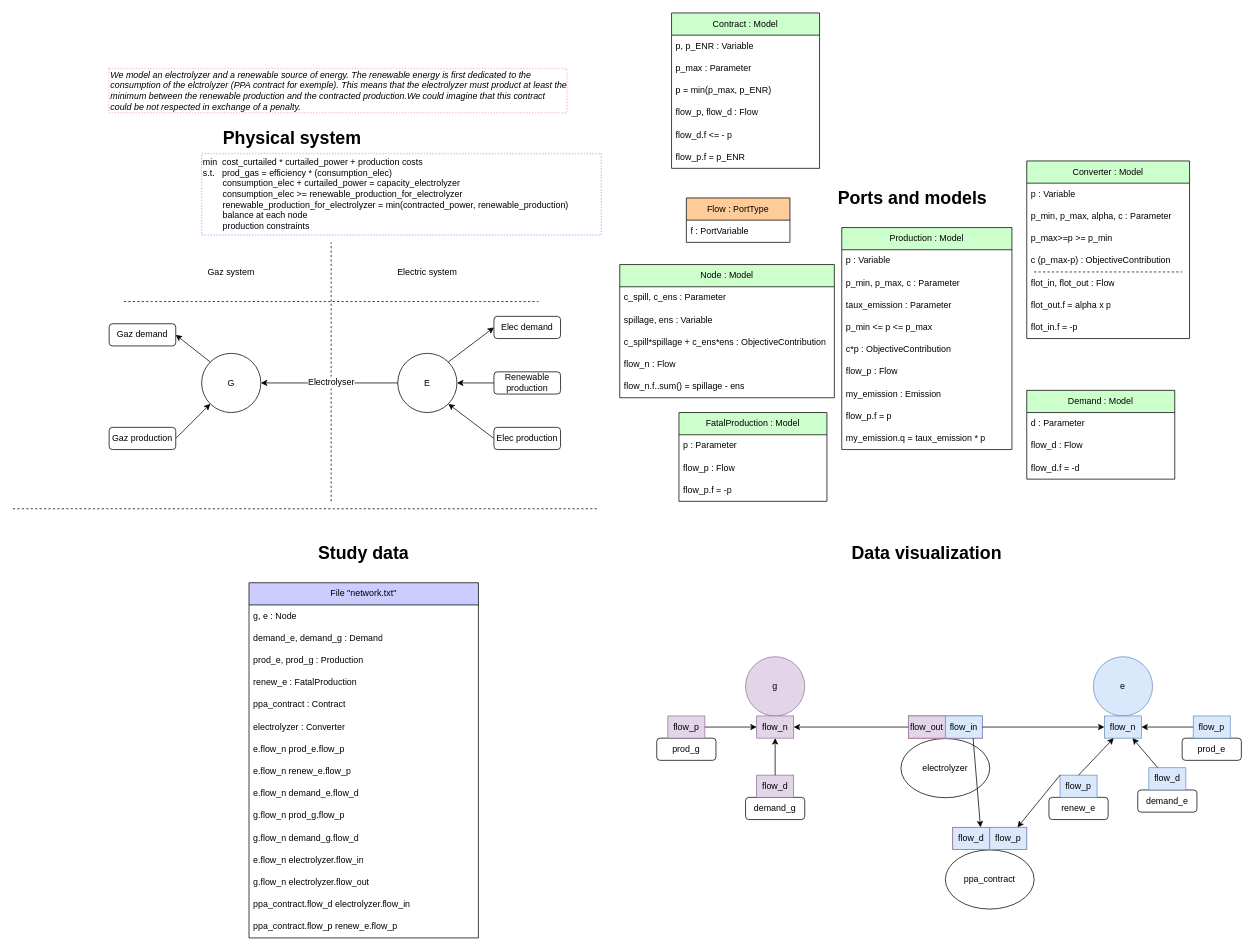
The draw.io diagram page "systems_liked_contract" (1 of 3) of models-design/systems/electrolyzer_subject_to_renawable.drawio in AntaresSimulatorTeam/andromede-modeling-prototype, before the edit. Source tidied: cells renumbered, new cells numbered last; positions are measured from the earlier drawing's top-left corner, leaving out a move shared by most shapes. Both pictures are drawn from the tidied source at 74%, with x=0, y=0 at pixel (13, 13).
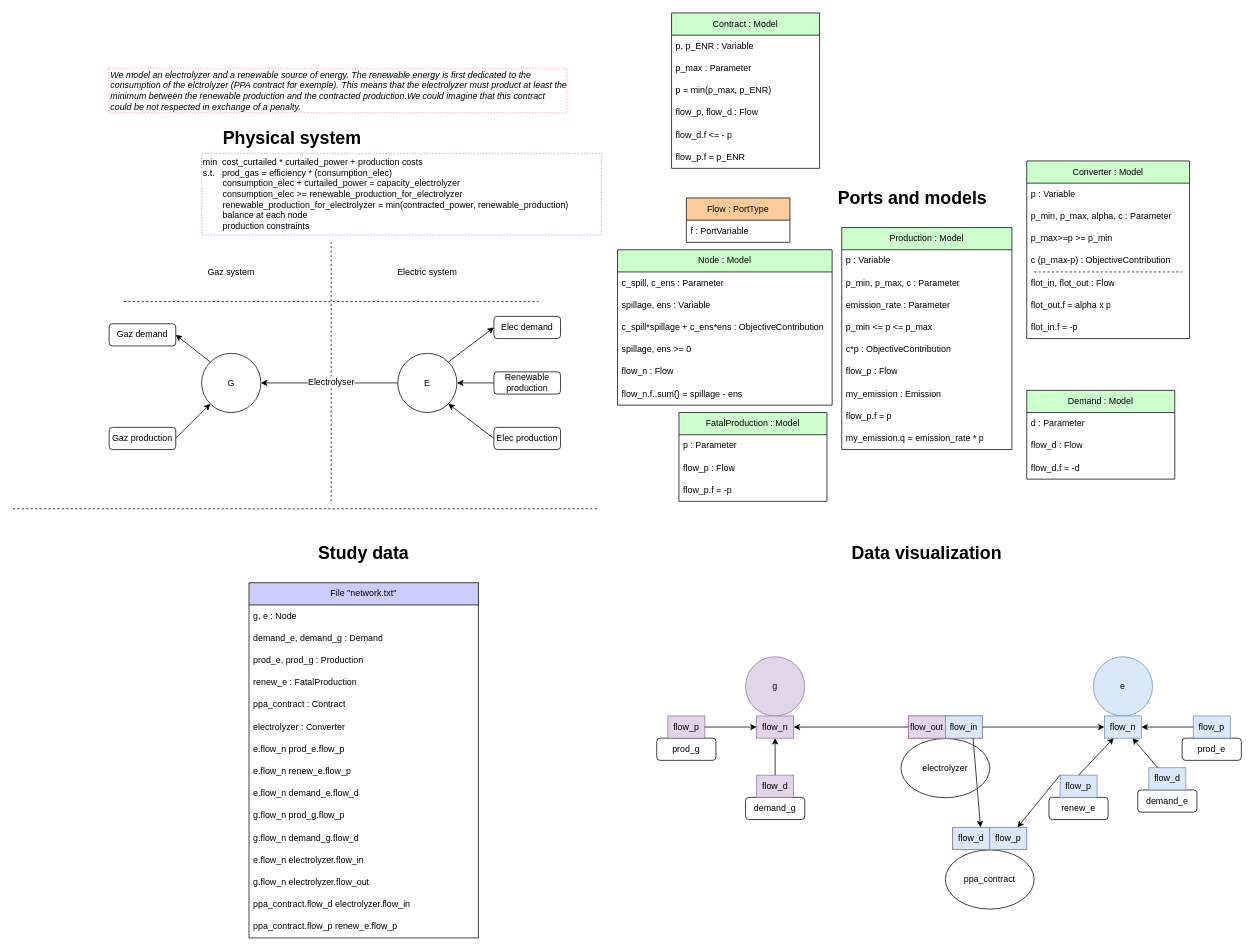
The same page after the edit.

Commit message (it also covers changes not shown here):
Specify ens,spill sign and translate emission rate

The change refers to these unchanged cells:
```xml
<mxCell id="21" style="group;" parent="1" vertex="1">
  <mxGeometry x="880" y="230" width="710" height="460" as="geometry" />
</mxCell>
<mxCell id="100" value="Production : Model" style="swimlane;fontStyle=0;horizontal=1;startSize=30;whiteSpace=wrap;html=1;fillColor=#CCFFCC;fontColor=#000000;" parent="1" vertex="1">
  <mxGeometry x="1120" y="290" width="230" height="300" as="geometry" />
</mxCell>
```

Change to the diagram source:
```diff
@@
     <mxCell id="42" value="Node : Model" style="swimlane;fontStyle=0;horizontal=1;startSize=30;whiteSpace=wrap;html=1;fillColor=#CCFFCC;fontColor=#000000;" parent="21" vertex="1">
-      <mxGeometry x="-60" y="110" width="290" height="180" as="geometry" />
+      <mxGeometry x="-63" y="90" width="290" height="210" as="geometry" />
     </mxCell>
@@
+    <mxCell id="128" value="spillage, ens &amp;gt;= 0" style="text;strokeColor=none;fillColor=none;align=left;verticalAlign=middle;spacingLeft=4;spacingRight=4;overflow=hidden;whiteSpace=wrap;html=1;" parent="42" vertex="1">
+      <mxGeometry y="120" width="290" height="30" as="geometry" />
+    </mxCell>
     <mxCell id="46" value="flow_n : Flow" style="text;strokeColor=none;fillColor=none;align=left;verticalAlign=middle;spacingLeft=4;spacingRight=4;overflow=hidden;whiteSpace=wrap;html=1;" parent="42" vertex="1">
-      <mxGeometry y="120" width="290" height="30" as="geometry" />
+      <mxGeometry y="150" width="290" height="30" as="geometry" />
     </mxCell>
     <mxCell id="47" value="flow_n.f..sum() = spillage - ens" style="text;strokeColor=none;fillColor=none;align=left;verticalAlign=middle;spacingLeft=4;spacingRight=4;overflow=hidden;whiteSpace=wrap;html=1;" parent="42" vertex="1">
-      <mxGeometry y="150" width="290" height="30" as="geometry" />
+      <mxGeometry y="180" width="290" height="30" as="geometry" />
     </mxCell>
@@
-    <mxCell id="103" value="taux_emission : Parameter" style="text;strokeColor=none;fillColor=none;align=left;verticalAlign=middle;spacingLeft=4;spacingRight=4;overflow=hidden;whiteSpace=wrap;html=1;" parent="100" vertex="1">
+    <mxCell id="103" value="emission_rate : Parameter" style="text;strokeColor=none;fillColor=none;align=left;verticalAlign=middle;spacingLeft=4;spacingRight=4;overflow=hidden;whiteSpace=wrap;html=1;" parent="100" vertex="1">
       <mxGeometry y="90" width="230" height="30" as="geometry" />
     </mxCell>
@@
-    <mxCell id="109" value="my_emission.q = taux_emission * p" style="text;strokeColor=none;fillColor=none;align=left;verticalAlign=middle;spacingLeft=4;spacingRight=4;overflow=hidden;whiteSpace=wrap;html=1;" parent="100" vertex="1">
+    <mxCell id="109" value="my_emission.q = emission_rate * p" style="text;strokeColor=none;fillColor=none;align=left;verticalAlign=middle;spacingLeft=4;spacingRight=4;overflow=hidden;whiteSpace=wrap;html=1;" parent="100" vertex="1">
       <mxGeometry y="270" width="230" height="30" as="geometry" />
     </mxCell>
```
